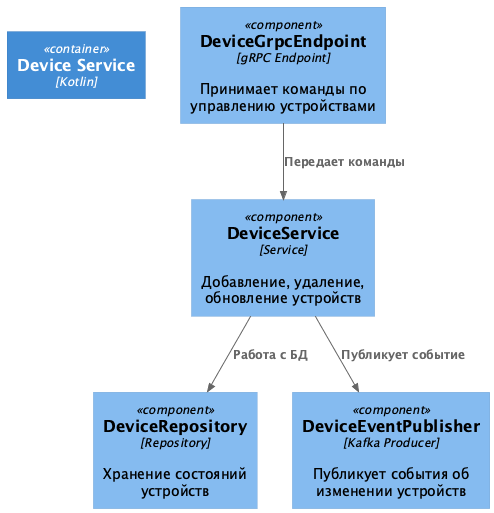
Earlier version of the PlantUML export diagrams/component/DeviceService_Component.png (vladislavego/architecture-warmhouse).
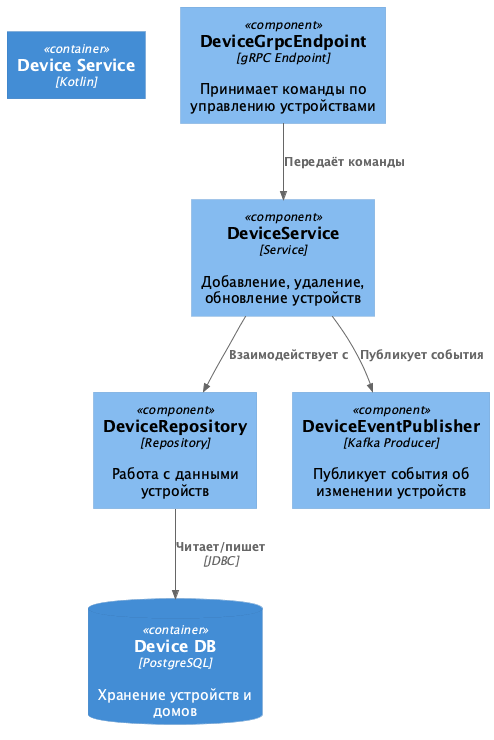
Later version of the same file.

Diff of the diagram source:
```diff
@@ -5,11 +5,13 @@
 
 Component(api, "DeviceGrpcEndpoint", "gRPC Endpoint", "Принимает команды по управлению устройствами")
 Component(service, "DeviceService", "Service", "Добавление, удаление, обновление устройств")
-Component(repo, "DeviceRepository", "Repository", "Хранение состояний устройств")
+Component(repo, "DeviceRepository", "Repository", "Работа с данными устройств")
 Component(eventProducer, "DeviceEventPublisher", "Kafka Producer", "Публикует события об изменении устройств")
+ContainerDb(deviceDb, "Device DB", "PostgreSQL", "Хранение устройств и домов")
 
-Rel(api, service, "Передает команды")
-Rel(service, repo, "Работа с БД")
-Rel(service, eventProducer, "Публикует событие")
+Rel(api, service, "Передаёт команды")
+Rel(service, repo, "Взаимодействует с")
+Rel(service, eventProducer, "Публикует события")
+Rel(repo, deviceDb, "Читает/пишет", "JDBC")
 
 @enduml
```
